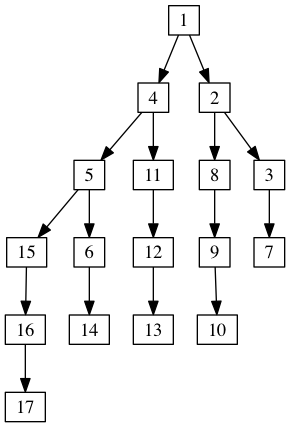
This is leftist-heap/graph.png from bgwines/algorithms-and-data-structures, a Graphviz export, as it was before one commit. Its source is kept beside it as leftist-heap/graph.dot.
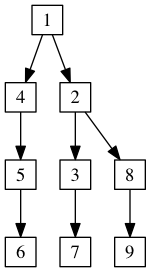
Later version of the same file.

Change to the diagram source:
```diff
@@ -4,37 +4,21 @@
     node [shape=box
          ,width=0.1
          ,height=0.1];
-    0 [label=16];
-    1 [label=17];
-    2 [label=15];
-    3 [label=5];
-    4 [label=6];
-    5 [label=14];
-    6 [label=4];
-    7 [label=12];
-    8 [label=13];
-    9 [label=11];
-    10 [label=1];
-    11 [label=9];
-    12 [label=10];
-    13 [label=8];
-    14 [label=2];
-    15 [label=3];
-    16 [label=7];
+    0 [label=5];
+    1 [label=6];
+    2 [label=4];
+    3 [label=1];
+    4 [label=3];
+    5 [label=7];
+    6 [label=2];
+    7 [label=8];
+    8 [label=9];
     0 -> 1 [label=""];
     2 -> 0 [label=""];
-    3 -> 4 [label=""];
+    3 -> 6 [label=""];
     3 -> 2 [label=""];
     4 -> 5 [label=""];
-    6 -> 9 [label=""];
-    6 -> 3 [label=""];
+    6 -> 7 [label=""];
+    6 -> 4 [label=""];
     7 -> 8 [label=""];
-    9 -> 7 [label=""];
-    10 -> 14 [label=""];
-    10 -> 6 [label=""];
-    11 -> 12 [label=""];
-    13 -> 11 [label=""];
-    14 -> 15 [label=""];
-    14 -> 13 [label=""];
-    15 -> 16 [label=""];
 }
```
